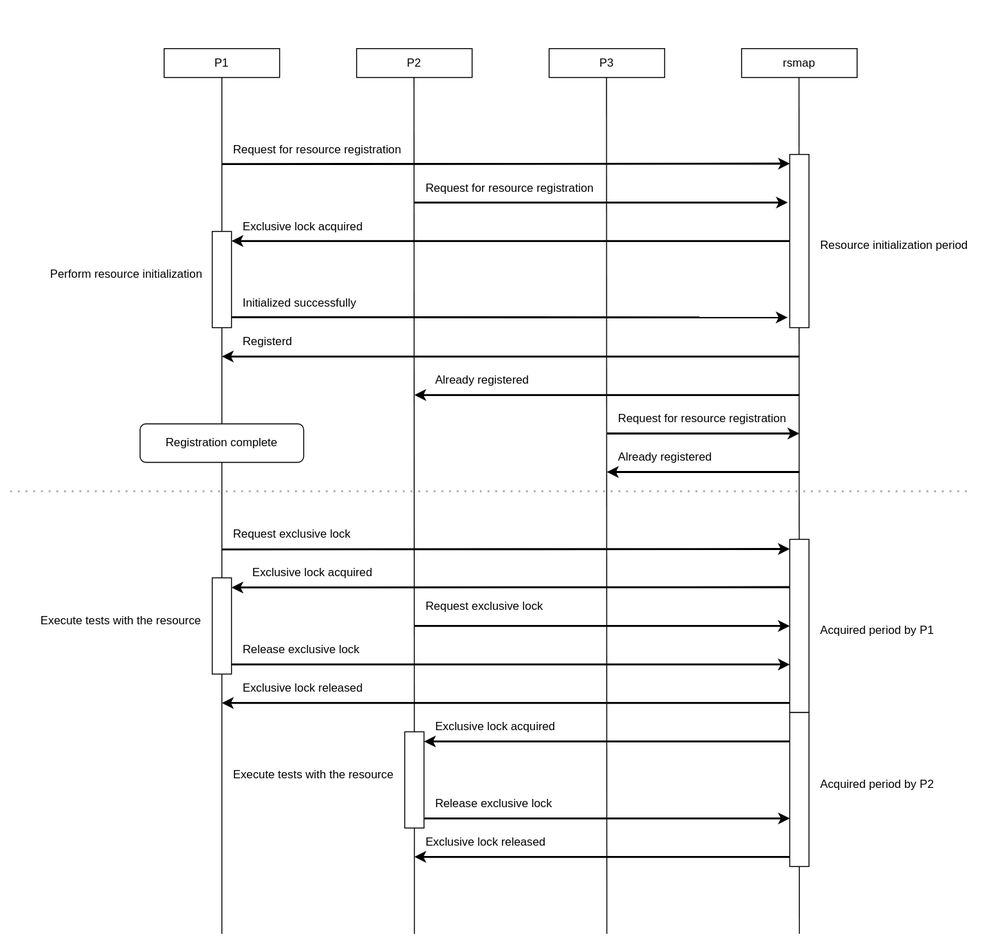
Earlier version of the draw.io export sequence.drawio.svg (daichitakahashi/rsmap). Source tidied: cells renumbered, new cells last; positions are measured from the earlier drawing's top-left corner, leaving out a move shared by most shapes.
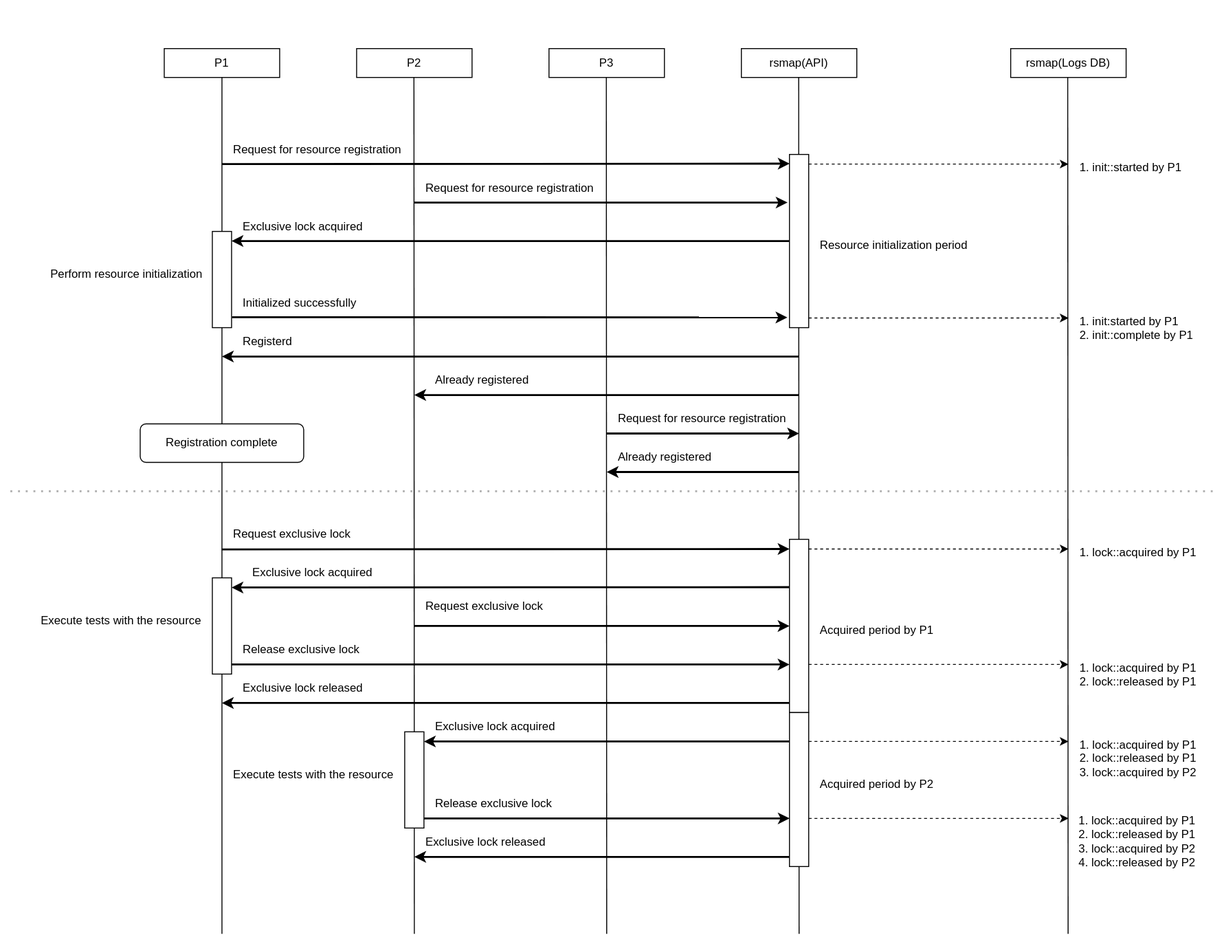
The same diagram one commit later.

The edit, as a diff of the source:
```diff
@@ -3,56 +3,52 @@
     <mxCell id="0" />
     <mxCell id="1" value="background" parent="0" />
     <mxCell id="2" style="rounded=0;whiteSpace=wrap;html=1;strokeColor=none;fontColor=#000000;fillColor=none;" parent="1" vertex="1">
-      <mxGeometry width="1030" height="980" as="geometry" />
+      <mxGeometry width="1270" height="980" as="geometry" />
     </mxCell>
-    <mxCell id="3" value="&lt;font color=&quot;#000000&quot;&gt;P1&lt;/font&gt;" style="rounded=0;whiteSpace=wrap;html=1;strokeColor=#000000;fillColor=none;" parent="1" vertex="1">
+    <mxCell id="3" value="&lt;font color=&quot;#000000&quot;&gt;P1&lt;/font&gt;" style="rounded=0;whiteSpace=wrap;html=1;strokeColor=#000000;fillColor=none;" parent="2" vertex="1">
       <mxGeometry x="170" y="50" width="120" height="30" as="geometry" />
     </mxCell>
-    <mxCell id="4" value="&lt;font color=&quot;#000000&quot;&gt;P2&lt;/font&gt;" style="rounded=0;whiteSpace=wrap;html=1;strokeColor=#000000;fillColor=none;" parent="1" vertex="1">
+    <mxCell id="4" value="&lt;font color=&quot;#000000&quot;&gt;P2&lt;/font&gt;" style="rounded=0;whiteSpace=wrap;html=1;strokeColor=#000000;fillColor=none;" parent="2" vertex="1">
       <mxGeometry x="370" y="50" width="120" height="30" as="geometry" />
     </mxCell>
-    <mxCell id="5" value="&lt;font color=&quot;#000000&quot;&gt;P3&lt;/font&gt;" style="rounded=0;whiteSpace=wrap;html=1;strokeColor=#000000;fillColor=none;" parent="1" vertex="1">
+    <mxCell id="5" value="&lt;font color=&quot;#000000&quot;&gt;P3&lt;/font&gt;" style="rounded=0;whiteSpace=wrap;html=1;strokeColor=#000000;fillColor=none;" parent="2" vertex="1">
       <mxGeometry x="570" y="50" width="120" height="30" as="geometry" />
     </mxCell>
-    <mxCell id="6" style="endArrow=none;html=1;fontColor=#000000;strokeColor=#000000;entryX=0.5;entryY=1;entryDx=0;entryDy=0;startArrow=none;" parent="1" edge="1" source="12" target="3">
-      <mxGeometry relative="1" as="geometry" />
+    <mxCell id="6" style="endArrow=none;html=1;fontColor=#000000;strokeColor=#000000;entryX=0.5;entryY=1;entryDx=0;entryDy=0;startArrow=none;" parent="2" edge="1" target="3">
+      <mxGeometry relative="1" as="geometry">
+        <mxPoint x="230" y="970" as="sourcePoint" />
+      </mxGeometry>
     </mxCell>
-    <mxCell id="7" style="endArrow=none;html=1;fontColor=#000000;strokeColor=#000000;entryX=0.5;entryY=1;entryDx=0;entryDy=0;startArrow=none;" parent="1" edge="1" source="14">
+    <mxCell id="7" style="endArrow=none;html=1;fontColor=#000000;strokeColor=#000000;entryX=0.5;entryY=1;entryDx=0;entryDy=0;startArrow=none;" parent="2" edge="1">
       <mxGeometry relative="1" as="geometry">
+        <mxPoint x="430" y="970" as="sourcePoint" />
         <mxPoint x="429.6" y="80" as="targetPoint" />
       </mxGeometry>
     </mxCell>
-    <mxCell id="8" style="endArrow=none;html=1;fontColor=#000000;strokeColor=#000000;entryX=0.5;entryY=1;entryDx=0;entryDy=0;" parent="1" edge="1">
+    <mxCell id="8" style="endArrow=none;html=1;fontColor=#000000;strokeColor=#000000;entryX=0.5;entryY=1;entryDx=0;entryDy=0;" parent="2" edge="1">
       <mxGeometry relative="1" as="geometry">
         <mxPoint x="630" y="970" as="sourcePoint" />
         <mxPoint x="629.6" y="80" as="targetPoint" />
       </mxGeometry>
     </mxCell>
-    <mxCell id="9" value="&lt;font color=&quot;#000000&quot;&gt;rsmap&lt;/font&gt;" style="rounded=0;whiteSpace=wrap;html=1;strokeColor=#000000;fillColor=none;" parent="1" vertex="1">
+    <mxCell id="9" value="&lt;font color=&quot;#000000&quot;&gt;rsmap(API)&lt;/font&gt;" style="rounded=0;whiteSpace=wrap;html=1;strokeColor=#000000;fillColor=none;" parent="2" vertex="1">
       <mxGeometry x="770" y="50" width="120" height="30" as="geometry" />
     </mxCell>
-    <mxCell id="10" style="endArrow=none;html=1;fontColor=#000000;strokeColor=#000000;entryX=0.5;entryY=1;entryDx=0;entryDy=0;" parent="1" edge="1">
+    <mxCell id="10" style="endArrow=none;html=1;fontColor=#000000;strokeColor=#000000;entryX=0.5;entryY=1;entryDx=0;entryDy=0;" parent="2" edge="1">
       <mxGeometry relative="1" as="geometry">
         <mxPoint x="830" y="970" as="sourcePoint" />
         <mxPoint x="829.6" y="80" as="targetPoint" />
       </mxGeometry>
     </mxCell>
-    <mxCell id="11" style="endArrow=none;html=1;fontColor=#000000;strokeColor=#000000;entryX=0.5;entryY=1;entryDx=0;entryDy=0;" parent="1" edge="1" target="12">
-      <mxGeometry relative="1" as="geometry">
-        <mxPoint x="230" y="970" as="sourcePoint" />
-      </mxGeometry>
-    </mxCell>
-    <mxCell id="12" style="rounded=0;whiteSpace=wrap;html=1;strokeColor=#000000;fontColor=#000000;fillColor=#FFFFFF;" parent="1" vertex="1">
-      <mxGeometry x="220" y="600" width="20" height="100" as="geometry" />
-    </mxCell>
-    <mxCell id="13" style="endArrow=none;html=1;fontColor=#000000;strokeColor=#000000;entryX=0.5;entryY=1;entryDx=0;entryDy=0;" parent="1" edge="1" target="14">
-      <mxGeometry relative="1" as="geometry">
-        <mxPoint x="430" y="970" as="sourcePoint" />
-      </mxGeometry>
-    </mxCell>
-    <mxCell id="14" style="rounded=0;whiteSpace=wrap;html=1;strokeColor=#000000;fontColor=#000000;fillColor=#FFFFFF;" parent="1" vertex="1">
-      <mxGeometry x="420" y="760" width="20" height="100" as="geometry" />
-    </mxCell>
+    <mxCell id="60" value="&lt;font color=&quot;#000000&quot;&gt;rsmap(Logs DB)&lt;/font&gt;" style="rounded=0;whiteSpace=wrap;html=1;strokeColor=#000000;fillColor=none;" parent="2" vertex="1">
+      <mxGeometry x="1050" y="50" width="120" height="30" as="geometry" />
+    </mxCell>
+    <mxCell id="61" style="endArrow=none;html=1;fontColor=#000000;strokeColor=#000000;entryX=0.5;entryY=1;entryDx=0;entryDy=0;" parent="2" edge="1">
+      <mxGeometry relative="1" as="geometry">
+        <mxPoint x="1109.7" y="970" as="sourcePoint" />
+        <mxPoint x="1109.3" y="80" as="targetPoint" />
+      </mxGeometry>
+    </mxCell>
     <mxCell id="15" value="interaction" parent="0" />
     <mxCell id="16" style="rounded=0;whiteSpace=wrap;html=1;strokeColor=#000000;fontColor=#000000;fillColor=#FFFFFF;" parent="15" vertex="1">
       <mxGeometry x="820" y="160" width="20" height="180" as="geometry" />
@@ -110,7 +106,7 @@
     <mxCell id="29" style="endArrow=none;dashed=1;html=1;dashPattern=1 3;strokeWidth=2;strokeColor=#B3B3B3;fontColor=#000000;" parent="15" edge="1">
       <mxGeometry relative="1" as="geometry">
         <mxPoint x="10" y="510" as="sourcePoint" />
-        <mxPoint x="1010" y="510" as="targetPoint" />
+        <mxPoint x="1260" y="510" as="targetPoint" />
       </mxGeometry>
     </mxCell>
     <mxCell id="30" value="Request for resource registration" style="text;html=1;strokeColor=none;fillColor=none;align=left;verticalAlign=middle;whiteSpace=wrap;rounded=0;fontColor=#000000;" parent="15" vertex="1">
@@ -232,5 +228,65 @@
     <mxCell id="59" value="Initialized successfully" style="text;html=1;strokeColor=none;fillColor=none;align=left;verticalAlign=middle;whiteSpace=wrap;rounded=0;fontColor=#000000;" parent="15" vertex="1">
       <mxGeometry x="250" y="300" width="190" height="30" as="geometry" />
     </mxCell>
+    <mxCell id="14" style="rounded=0;whiteSpace=wrap;html=1;strokeColor=#000000;fontColor=#000000;fillColor=#FFFFFF;" parent="15" vertex="1">
+      <mxGeometry x="420" y="760" width="20" height="100" as="geometry" />
+    </mxCell>
+    <mxCell id="12" style="rounded=0;whiteSpace=wrap;html=1;strokeColor=#000000;fontColor=#000000;fillColor=#FFFFFF;" parent="15" vertex="1">
+      <mxGeometry x="220" y="600" width="20" height="100" as="geometry" />
+    </mxCell>
+    <mxCell id="62" value="1. init::started by P1" style="text;html=1;strokeColor=none;fillColor=none;align=left;verticalAlign=top;whiteSpace=wrap;rounded=0;fontColor=#000000;" parent="15" vertex="1">
+      <mxGeometry x="1120" y="160" width="140" height="30" as="geometry" />
+    </mxCell>
+    <mxCell id="63" value="1. init:started by P1&lt;br&gt;2. init::complete by P1" style="text;html=1;strokeColor=none;fillColor=none;align=left;verticalAlign=top;whiteSpace=wrap;rounded=0;fontColor=#000000;" parent="15" vertex="1">
+      <mxGeometry x="1120" y="320" width="140" height="30" as="geometry" />
+    </mxCell>
+    <mxCell id="64" value="1. lock::acquired by P1" style="text;html=1;strokeColor=none;fillColor=none;align=left;verticalAlign=top;whiteSpace=wrap;rounded=0;fontColor=#000000;" parent="15" vertex="1">
+      <mxGeometry x="1120" y="560" width="140" height="30" as="geometry" />
+    </mxCell>
+    <mxCell id="65" value="1. lock::acquired by P1&lt;br&gt;2. lock::released by P1" style="text;html=1;strokeColor=none;fillColor=none;align=left;verticalAlign=top;whiteSpace=wrap;rounded=0;fontColor=#000000;" parent="15" vertex="1">
+      <mxGeometry x="1120" y="680" width="140" height="40" as="geometry" />
+    </mxCell>
+    <mxCell id="66" value="1. lock::acquired by P1&lt;br&gt;2. lock::released by P1&lt;br&gt;3. lock::acquired by P2" style="text;html=1;strokeColor=none;fillColor=none;align=left;verticalAlign=top;whiteSpace=wrap;rounded=0;fontColor=#000000;" parent="15" vertex="1">
+      <mxGeometry x="1120" y="760" width="140" height="40" as="geometry" />
+    </mxCell>
+    <mxCell id="67" value="1. lock::acquired by P1&lt;br&gt;2. lock::released by P1&lt;br&gt;3. lock::acquired by P2&lt;br&gt;4. lock::released by P2" style="text;html=1;strokeColor=none;fillColor=none;align=left;verticalAlign=top;whiteSpace=wrap;rounded=0;fontColor=#000000;spacing=1;" parent="15" vertex="1">
+      <mxGeometry x="1120" y="840" width="140" height="60" as="geometry" />
+    </mxCell>
+    <mxCell id="68" style="endArrow=classic;html=1;strokeColor=#000000;fontColor=#000000;entryX=0.008;entryY=0.053;entryDx=0;entryDy=0;strokeWidth=1;entryPerimeter=0;dashed=1;" parent="15" edge="1">
+      <mxGeometry relative="1" as="geometry">
+        <mxPoint x="840" y="170" as="sourcePoint" />
+        <mxPoint x="1110.2" y="170" as="targetPoint" />
+      </mxGeometry>
+    </mxCell>
+    <mxCell id="69" style="endArrow=classic;html=1;strokeColor=#000000;fontColor=#000000;entryX=0.008;entryY=0.053;entryDx=0;entryDy=0;strokeWidth=1;entryPerimeter=0;dashed=1;" parent="15" edge="1">
+      <mxGeometry relative="1" as="geometry">
+        <mxPoint x="840" y="330" as="sourcePoint" />
+        <mxPoint x="1110.2" y="330" as="targetPoint" />
+      </mxGeometry>
+    </mxCell>
+    <mxCell id="70" style="endArrow=classic;html=1;strokeColor=#000000;fontColor=#000000;entryX=0.008;entryY=0.053;entryDx=0;entryDy=0;strokeWidth=1;entryPerimeter=0;dashed=1;" parent="15" edge="1">
+      <mxGeometry relative="1" as="geometry">
+        <mxPoint x="840" y="570" as="sourcePoint" />
+        <mxPoint x="1110.2" y="570" as="targetPoint" />
+      </mxGeometry>
+    </mxCell>
+    <mxCell id="71" style="endArrow=classic;html=1;strokeColor=#000000;fontColor=#000000;entryX=0.008;entryY=0.053;entryDx=0;entryDy=0;strokeWidth=1;entryPerimeter=0;dashed=1;" parent="15" edge="1">
+      <mxGeometry relative="1" as="geometry">
+        <mxPoint x="840" y="690" as="sourcePoint" />
+        <mxPoint x="1110.2" y="690" as="targetPoint" />
+      </mxGeometry>
+    </mxCell>
+    <mxCell id="72" style="endArrow=classic;html=1;strokeColor=#000000;fontColor=#000000;entryX=0.008;entryY=0.053;entryDx=0;entryDy=0;strokeWidth=1;entryPerimeter=0;dashed=1;" parent="15" edge="1">
+      <mxGeometry relative="1" as="geometry">
+        <mxPoint x="840" y="770" as="sourcePoint" />
+        <mxPoint x="1110.2" y="770" as="targetPoint" />
+      </mxGeometry>
+    </mxCell>
+    <mxCell id="73" style="endArrow=classic;html=1;strokeColor=#000000;fontColor=#000000;entryX=0.008;entryY=0.053;entryDx=0;entryDy=0;strokeWidth=1;entryPerimeter=0;dashed=1;" parent="15" edge="1">
+      <mxGeometry relative="1" as="geometry">
+        <mxPoint x="840" y="850" as="sourcePoint" />
+        <mxPoint x="1110.2" y="850" as="targetPoint" />
+      </mxGeometry>
+    </mxCell>
   </root>
 </mxGraphModel>
```
